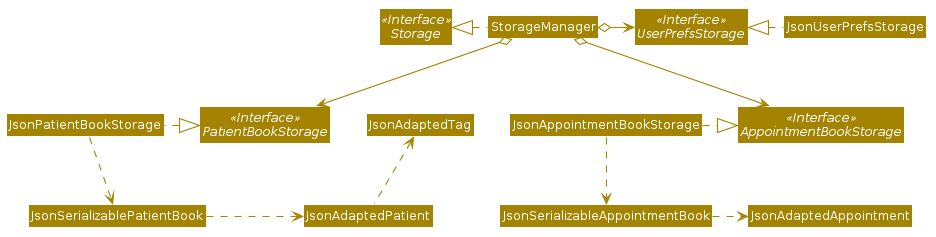
Above: docs/images/StorageClassDiagram.png in xz0127/tp (PlantUML), before the change.
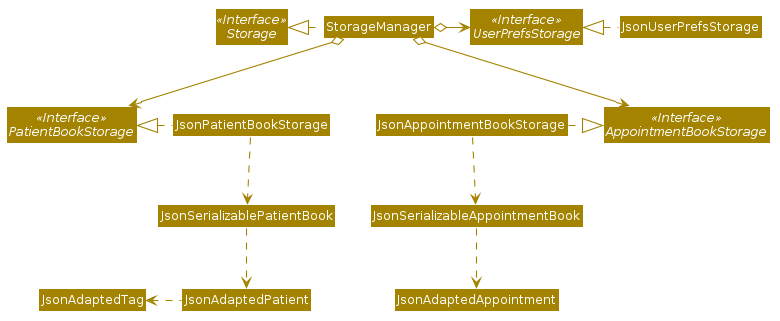
The same file after the commit.

Commit message:
Generate PNG images for PlantUML diagrams

Diff of the diagram source:
```diff
@@ -67,11 +67,13 @@
 StorageManager o--> AppointmentBookStorage
 
 JsonUserPrefsStorage .left.|> UserPrefsStorage
+
+JsonAppointmentBookStorage .right.|> AppointmentBookStorage
+JsonSerializableAppointmentBook .down.> JsonAdaptedAppointment
+JsonAppointmentBookStorage .down.> JsonSerializableAppointmentBook
+
+JsonPatientBookStorage .down.> JsonSerializablePatientBook
 JsonPatientBookStorage .left.|> PatientBookStorage
-JsonPatientBookStorage .down.> JsonSerializablePatientBook
-JsonAppointmentBookStorage .right.|> AppointmentBookStorage
-JsonAppointmentBookStorage .down.> JsonSerializableAppointmentBook
-JsonSerializablePatientBook .right.> JsonAdaptedPatient
-JsonAdaptedPatient .up.> JsonAdaptedTag
-JsonSerializableAppointmentBook .right.> JsonAdaptedAppointment
+JsonSerializablePatientBook .down.> JsonAdaptedPatient
+JsonAdaptedPatient .left.> JsonAdaptedTag
 @enduml
```
